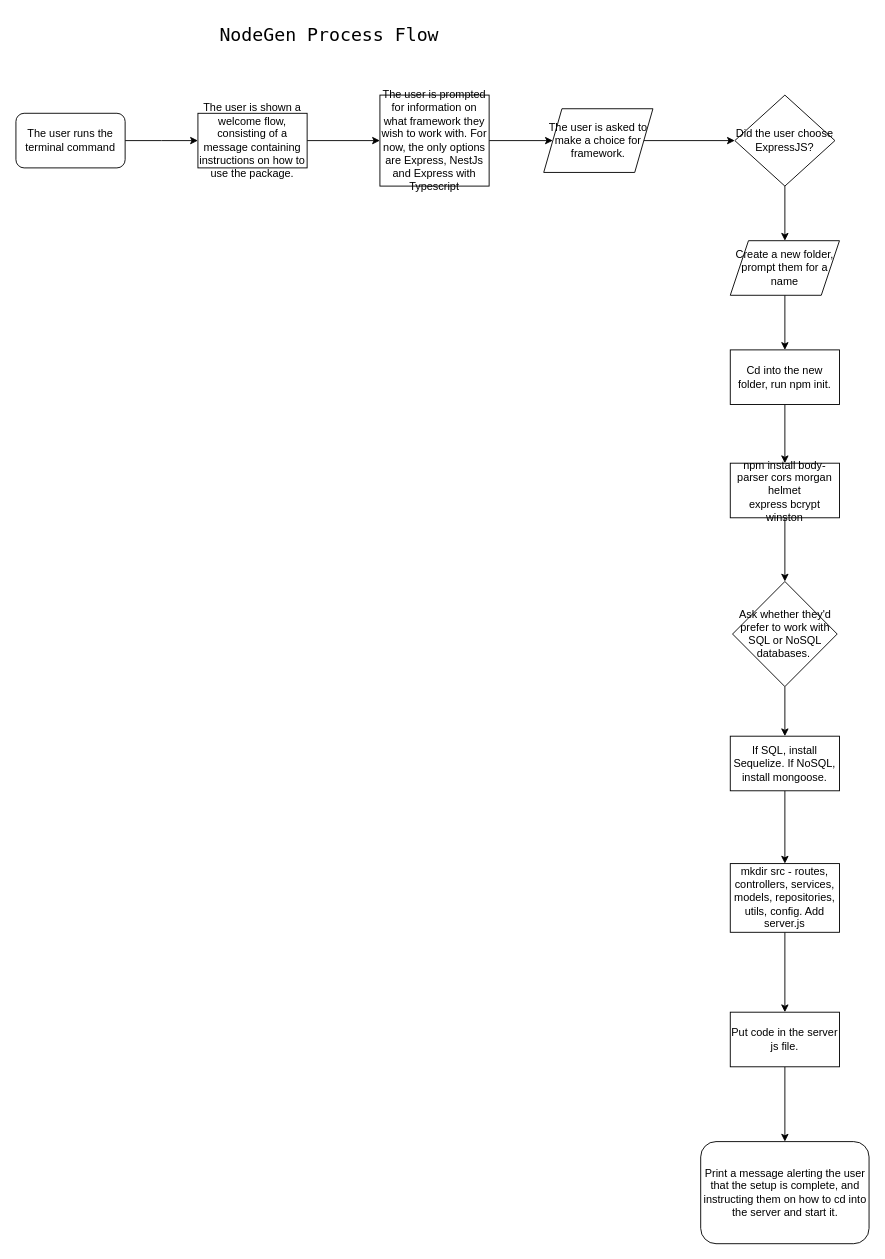
This is NodeGen.drawio from alexindevs/NodeGen, a draw.io file, before an edit. Source tidied: cells renumbered, new cells numbered last; positions are measured from the earlier drawing's top-left corner, leaving out a move shared by most shapes. Both pictures are drawn from the tidied source at 91%, with x=0, y=0 at pixel (15, 15).
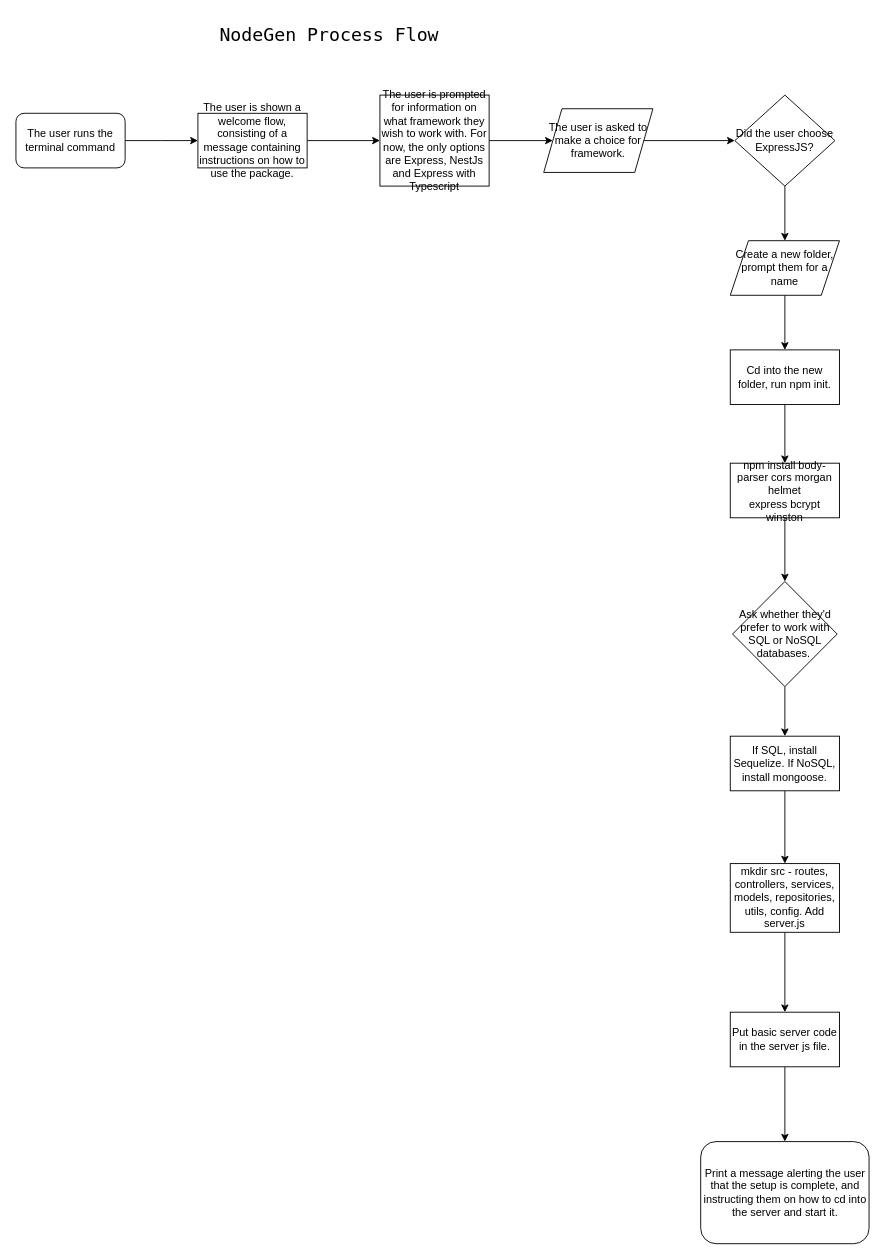
Above is the later version.

The edit, as a diff of the source:
```diff
@@
-    <mxCell id="26" value="Put code in the server js file." style="whiteSpace=wrap;html=1;" parent="1" vertex="1">
+    <mxCell id="26" value="Put basic server code in the server js file." style="whiteSpace=wrap;html=1;" parent="1" vertex="1">
       <mxGeometry x="785" y="1094.8" width="120" height="60" as="geometry" />
     </mxCell>
```
